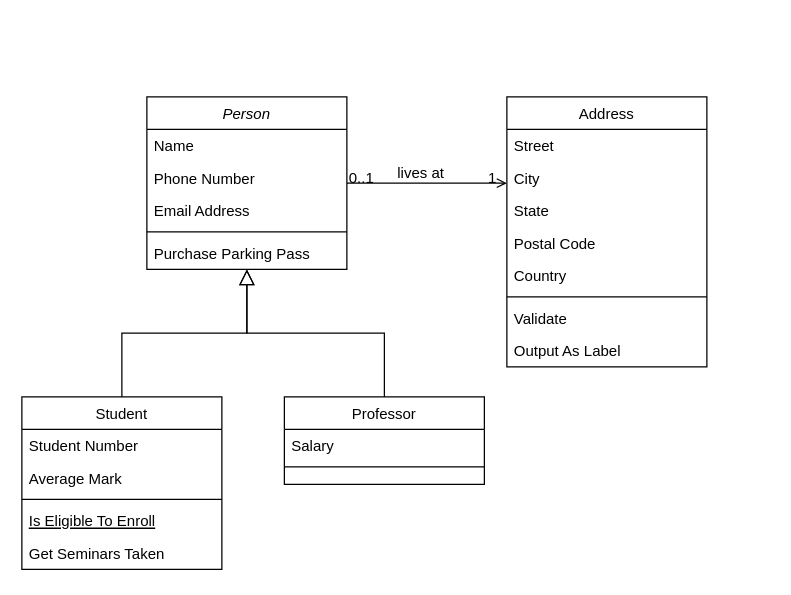
Before: Untitled Diagram.drawio in amipl/CatApp, a draw.io diagram. Source tidied: cells renumbered, new cells numbered last; positions are measured from the earlier drawing's top-left corner, leaving out a move shared by most shapes. Both pictures are drawn from the tidied source at 125%, with x=0, y=0 at pixel (21, 96).
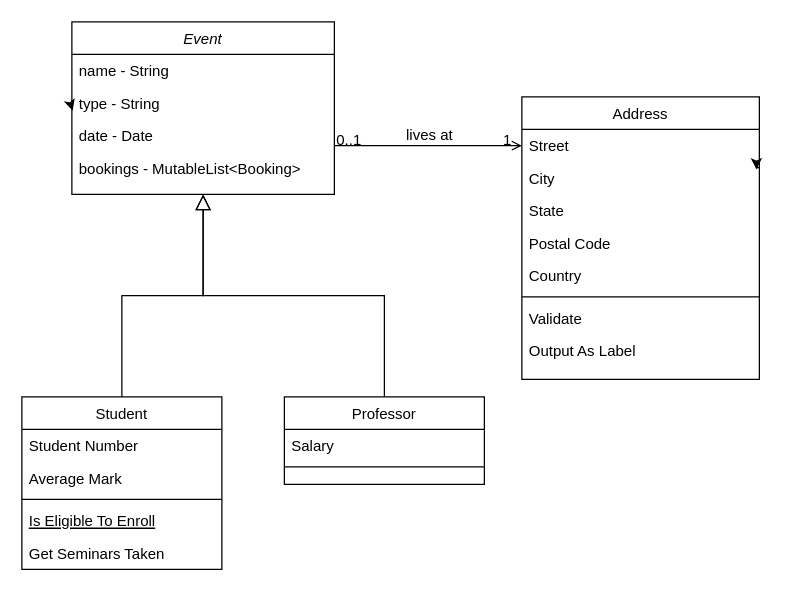
The same page after the edit.

Diff of the diagram source:
```diff
@@
-    <mxCell id="2" value="Person" style="swimlane;fontStyle=2;align=center;verticalAlign=top;horizontal=1;startSize=26;rounded=0;shadow=0;strokeWidth=1;" parent="1" vertex="1">
-      <mxGeometry x="100" width="160" height="138" as="geometry" />
+    <mxCell id="2" value="Event" style="swimlane;fontStyle=2;align=center;verticalAlign=top;horizontal=1;startSize=26;rounded=0;shadow=0;strokeWidth=1;" parent="1" vertex="1">
+      <mxGeometry x="40" y="-60" width="210" height="138" as="geometry" />
     </mxCell>
-    <mxCell id="3" value="Name" style="text;align=left;verticalAlign=top;spacingLeft=4;spacingRight=4;overflow=hidden;" parent="2" vertex="1">
-      <mxGeometry y="26" width="160" height="26" as="geometry" />
+    <mxCell id="3" value="name - String" style="text;align=left;verticalAlign=top;spacingLeft=4;spacingRight=4;overflow=hidden;" parent="2" vertex="1">
+      <mxGeometry y="26" width="210" height="26" as="geometry" />
     </mxCell>
-    <mxCell id="4" value="Phone Number" style="text;align=left;verticalAlign=top;spacingLeft=4;spacingRight=4;overflow=hidden;rounded=0;shadow=0;html=0;" parent="2" vertex="1">
-      <mxGeometry y="52" width="160" height="26" as="geometry" />
+    <mxCell id="4" value="type - String" style="text;align=left;verticalAlign=top;spacingLeft=4;spacingRight=4;overflow=hidden;rounded=0;shadow=0;html=0;" parent="2" vertex="1">
+      <mxGeometry y="52" width="210" height="26" as="geometry" />
     </mxCell>
-    <mxCell id="5" value="Email Address" style="text;align=left;verticalAlign=top;spacingLeft=4;spacingRight=4;overflow=hidden;points=[[0,0.5],[1,0.5]];portConstraint=eastwest;rounded=0;shadow=0;html=0;" parent="2" vertex="1">
-      <mxGeometry y="78" width="160" height="26" as="geometry" />
+    <mxCell id="5" value="date - Date" style="text;align=left;verticalAlign=top;spacingLeft=4;spacingRight=4;overflow=hidden;points=[[0,0.5],[1,0.5]];portConstraint=eastwest;rounded=0;shadow=0;html=0;" parent="2" vertex="1">
+      <mxGeometry y="78" width="210" height="26" as="geometry" />
     </mxCell>
-    <mxCell id="6" style="line;html=1;strokeWidth=1;align=left;verticalAlign=middle;spacingTop=-1;spacingLeft=3;spacingRight=3;labelPosition=right;" parent="2" vertex="1">
-      <mxGeometry y="104" width="160" height="8" as="geometry" />
-    </mxCell>
-    <mxCell id="7" value="Purchase Parking Pass" style="text;align=left;verticalAlign=top;spacingLeft=4;spacingRight=4;overflow=hidden;" parent="2" vertex="1">
-      <mxGeometry y="112" width="160" height="26" as="geometry" />
+    <mxCell id="7" value="bookings - MutableList&lt;Booking&gt;" style="text;align=left;verticalAlign=top;spacingLeft=4;spacingRight=4;overflow=hidden;" parent="2" vertex="1">
+      <mxGeometry y="104" width="210" height="26" as="geometry" />
     </mxCell>
+    <mxCell id="32" style="edgeStyle=orthogonalEdgeStyle;rounded=0;jettySize=auto;html=1;exitX=0;exitY=0.5;exitDx=0;exitDy=0;entryX=0.003;entryY=-0.269;entryDx=0;entryDy=0;entryPerimeter=0;defaultLabelBackgroundColor=page;" parent="2" edge="1" source="2" target="5">
+      <mxGeometry relative="1" as="geometry" />
+    </mxCell>
@@
     <mxCell id="19" value="Address" style="swimlane;fontStyle=0;align=center;verticalAlign=top;horizontal=1;startSize=26;rounded=0;shadow=0;strokeWidth=1;" parent="1" vertex="1">
-      <mxGeometry x="388" width="160" height="216" as="geometry" />
+      <mxGeometry x="400" width="190" height="226" as="geometry" />
     </mxCell>
     <mxCell id="20" value="Street" style="text;align=left;verticalAlign=top;spacingLeft=4;spacingRight=4;overflow=hidden;" parent="19" vertex="1">
-      <mxGeometry y="26" width="160" height="26" as="geometry" />
+      <mxGeometry y="26" width="190" height="26" as="geometry" />
     </mxCell>
     <mxCell id="21" value="City" style="text;align=left;verticalAlign=top;spacingLeft=4;spacingRight=4;overflow=hidden;points=[[0,0.5],[1,0.5]];portConstraint=eastwest;rounded=0;shadow=0;html=0;" parent="19" vertex="1">
-      <mxGeometry y="52" width="160" height="26" as="geometry" />
+      <mxGeometry y="52" width="190" height="26" as="geometry" />
     </mxCell>
     <mxCell id="22" value="State" style="text;align=left;verticalAlign=top;spacingLeft=4;spacingRight=4;overflow=hidden;rounded=0;shadow=0;html=0;" parent="19" vertex="1">
-      <mxGeometry y="78" width="160" height="26" as="geometry" />
+      <mxGeometry y="78" width="190" height="26" as="geometry" />
     </mxCell>
     <mxCell id="23" value="Postal Code" style="text;align=left;verticalAlign=top;spacingLeft=4;spacingRight=4;overflow=hidden;rounded=0;shadow=0;html=0;" parent="19" vertex="1">
-      <mxGeometry y="104" width="160" height="26" as="geometry" />
+      <mxGeometry y="104" width="190" height="26" as="geometry" />
     </mxCell>
     <mxCell id="24" value="Country" style="text;align=left;verticalAlign=top;spacingLeft=4;spacingRight=4;overflow=hidden;rounded=0;shadow=0;html=0;" parent="19" vertex="1">
-      <mxGeometry y="130" width="160" height="26" as="geometry" />
+      <mxGeometry y="130" width="190" height="26" as="geometry" />
     </mxCell>
     <mxCell id="25" style="line;html=1;strokeWidth=1;align=left;verticalAlign=middle;spacingTop=-1;spacingLeft=3;spacingRight=3;labelPosition=right;" parent="19" vertex="1">
-      <mxGeometry y="156" width="160" height="8" as="geometry" />
+      <mxGeometry y="156" width="190" height="8" as="geometry" />
     </mxCell>
     <mxCell id="26" value="Validate" style="text;align=left;verticalAlign=top;spacingLeft=4;spacingRight=4;overflow=hidden;" parent="19" vertex="1">
-      <mxGeometry y="164" width="160" height="26" as="geometry" />
+      <mxGeometry y="164" width="190" height="26" as="geometry" />
     </mxCell>
     <mxCell id="27" value="Output As Label" style="text;align=left;verticalAlign=top;spacingLeft=4;spacingRight=4;overflow=hidden;" parent="19" vertex="1">
-      <mxGeometry y="190" width="160" height="26" as="geometry" />
+      <mxGeometry y="190" width="190" height="26" as="geometry" />
     </mxCell>
+    <mxCell id="33" style="edgeStyle=orthogonalEdgeStyle;rounded=0;jettySize=auto;html=1;exitX=1;exitY=0.25;exitDx=0;exitDy=0;entryX=0.988;entryY=0.231;entryDx=0;entryDy=0;entryPerimeter=0;defaultLabelBackgroundColor=page;" parent="19" edge="1" source="19" target="21">
+      <mxGeometry relative="1" as="geometry" />
+    </mxCell>
```
